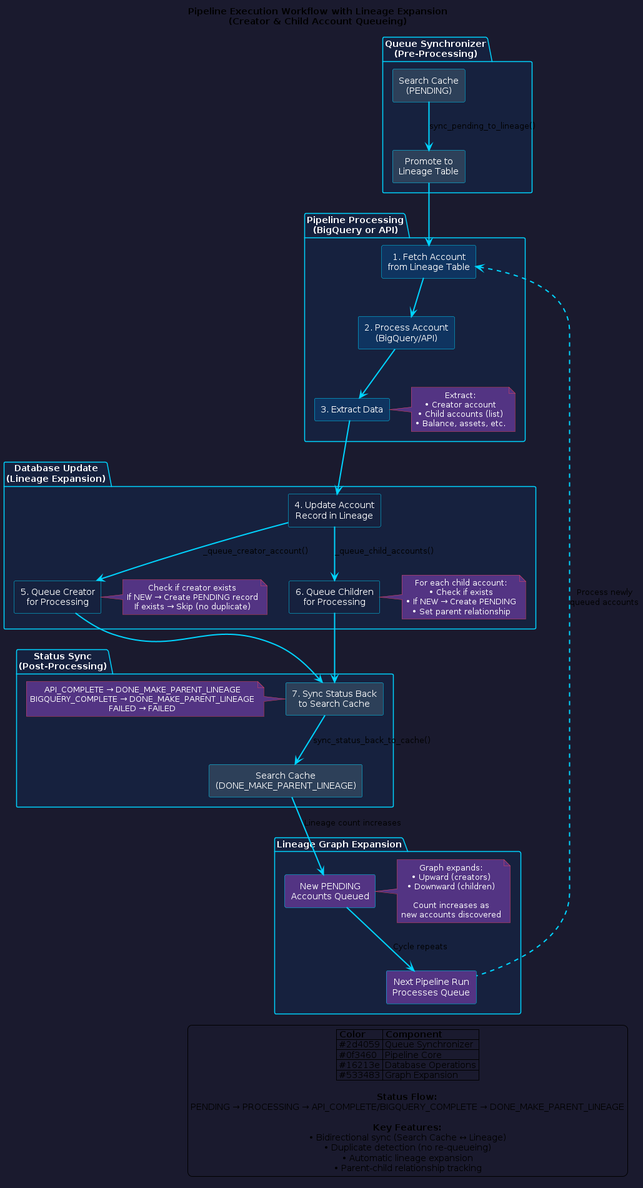
This is diagrams/10_pipeline_execution_workflow.png from areveur51/StellarMapWeb, a PlantUML export, as it was before one commit. Source of this version:
```plantuml
@startuml Pipeline Execution Workflow
!define RECTANGLE class

skinparam backgroundColor #1a1a2e
skinparam defaultTextAlignment center
skinparam ArrowColor #00d4ff
skinparam ArrowThickness 2

skinparam package {
  BackgroundColor #16213e
  BorderColor #00d4ff
  FontColor #ffffff
}

skinparam rectangle {
  BackgroundColor #0f3460
  BorderColor #00d4ff
  FontColor #ffffff
}

skinparam note {
  BackgroundColor #533483
  BorderColor #e94560
  FontColor #ffffff
}

title Pipeline Execution Workflow with Lineage Expansion\n(Creator & Child Account Queueing)

package "Queue Synchronizer\n(Pre-Processing)" {
  rectangle "Search Cache\n(PENDING)" as SearchCache #2d4059
  rectangle "Promote to\nLineage Table" as Promote #2d4059
  SearchCache -down-> Promote : sync_pending_to_lineage()
}

package "Pipeline Processing\n(BigQuery or API)" {
  rectangle "1. Fetch Account\nfrom Lineage Table" as Fetch #0f3460
  rectangle "2. Process Account\n(BigQuery/API)" as Process #0f3460
  rectangle "3. Extract Data" as Extract #0f3460

  Promote -down-> Fetch
  Fetch -down-> Process
  Process -down-> Extract

  note right of Extract
    Extract:
    • Creator account
    • Child accounts (list)
    • Balance, assets, etc.
  end note
}

package "Database Update\n(Lineage Expansion)" {
  rectangle "4. Update Account\nRecord in Lineage" as Update #16213e
  rectangle "5. Queue Creator\nfor Processing" as QueueCreator #16213e
  rectangle "6. Queue Children\nfor Processing" as QueueChildren #16213e

  Extract -down-> Update
  Update -down-> QueueCreator : _queue_creator_account()
  Update -down-> QueueChildren : _queue_child_accounts()

  note right of QueueCreator
    Check if creator exists
    If NEW → Create PENDING record
    If exists → Skip (no duplicate)
  end note

  note right of QueueChildren
    For each child account:
    • Check if exists
    • If NEW → Create PENDING
    • Set parent relationship
  end note
}

package "Status Sync\n(Post-Processing)" {
  rectangle "7. Sync Status Back\nto Search Cache" as SyncBack #2d4059
  rectangle "Search Cache\n(DONE_MAKE_PARENT_LINEAGE)" as CacheUpdated #2d4059

  QueueCreator -down-> SyncBack
  QueueChildren -down-> SyncBack
  SyncBack -down-> CacheUpdated : sync_status_back_to_cache()

  note left of SyncBack
    API_COMPLETE → DONE_MAKE_PARENT_LINEAGE
    BIGQUERY_COMPLETE → DONE_MAKE_PARENT_LINEAGE
    FAILED → FAILED
  end note
}

package "Lineage Graph Expansion" {
  rectangle "New PENDING\nAccounts Queued" as NewAccounts #533483
  rectangle "Next Pipeline Run\nProcesses Queue" as NextRun #533483

  CacheUpdated -down-> NewAccounts : Lineage count increases
  NewAccounts -down-> NextRun : Cycle repeats

  note right of NewAccounts
    Graph expands:
    • Upward (creators)
    • Downward (children)

    Count increases as
    new accounts discovered
  end note
}

NextRun .up.> Fetch : Process newly\nqueued accounts

legend right
  |= Color |= Component |
  | #2d4059 | Queue Synchronizer |
  | #0f3460 | Pipeline Core |
  | #16213e | Database Operations |
  | #533483 | Graph Expansion |

  **Status Flow:**
  PENDING → PROCESSING → API_COMPLETE/BIGQUERY_COMPLETE → DONE_MAKE_PARENT_LINEAGE

  **Key Features:**
  • Bidirectional sync (Search Cache ↔ Lineage)
  • Duplicate detection (no re-queueing)
  • Automatic lineage expansion
  • Parent-child relationship tracking
endlegend

@enduml
```
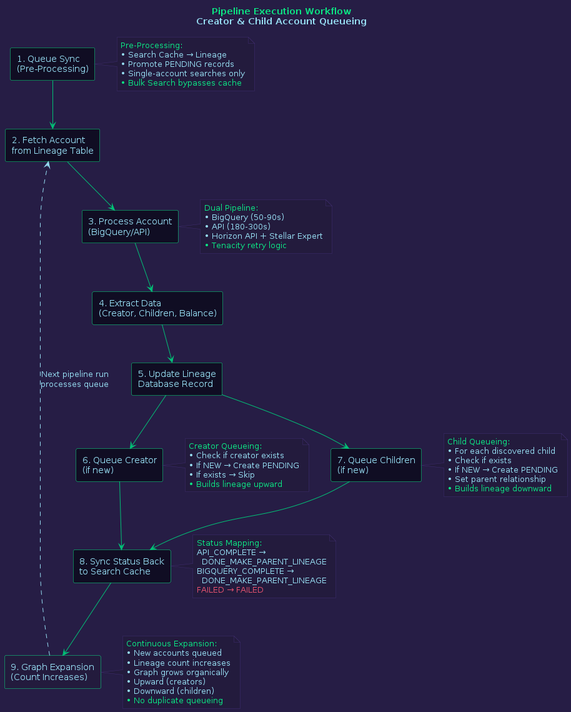
The same file after the commit.

Diff of the diagram source:
```diff
@@ -1,126 +1,102 @@
-@startuml Pipeline Execution Workflow
-!define RECTANGLE class
+@startuml 10_pipeline_execution_workflow
 
-skinparam backgroundColor #1a1a2e
-skinparam defaultTextAlignment center
-skinparam ArrowColor #00d4ff
-skinparam ArrowThickness 2
+skinparam backgroundColor #261D45
+skinparam defaultFontColor #96DDF2
+
+skinparam rectangle {
+  BackgroundColor #100D23
+  BorderColor #0BE784
+  FontColor #96DDF2
+  ArrowColor #01C176
+}
 
 skinparam package {
-  BackgroundColor #16213e
-  BorderColor #00d4ff
-  FontColor #ffffff
-}
-
-skinparam rectangle {
-  BackgroundColor #0f3460
-  BorderColor #00d4ff
-  FontColor #ffffff
+  BackgroundColor #231B3D
+  BorderColor #3f2c70
+  FontColor #96DDF2
 }
 
 skinparam note {
-  BackgroundColor #533483
-  BorderColor #e94560
-  FontColor #ffffff
+  BackgroundColor #231B3D
+  BorderColor #3f2c70
+  FontColor #96DDF2
 }
 
-title Pipeline Execution Workflow with Lineage Expansion\n(Creator & Child Account Queueing)
+title <color:#0BE784>Pipeline Execution Workflow\n<color:#96DDF2>Creator & Child Account Queueing
 
-package "Queue Synchronizer\n(Pre-Processing)" {
-  rectangle "Search Cache\n(PENDING)" as SearchCache #2d4059
-  rectangle "Promote to\nLineage Table" as Promote #2d4059
-  SearchCache -down-> Promote : sync_pending_to_lineage()
-}
+top to bottom direction
 
-package "Pipeline Processing\n(BigQuery or API)" {
-  rectangle "1. Fetch Account\nfrom Lineage Table" as Fetch #0f3460
-  rectangle "2. Process Account\n(BigQuery/API)" as Process #0f3460
-  rectangle "3. Extract Data" as Extract #0f3460
+rectangle "1. Queue Sync\n(Pre-Processing)" as QueueSync #100D23
+rectangle "2. Fetch Account\nfrom Lineage Table" as Fetch #100D23
+rectangle "3. Process Account\n(BigQuery/API)" as Process #100D23
+rectangle "4. Extract Data\n(Creator, Children, Balance)" as Extract #100D23
+rectangle "5. Update Lineage\nDatabase Record" as Update #100D23
+rectangle "6. Queue Creator\n(if new)" as QueueCreator #100D23
+rectangle "7. Queue Children\n(if new)" as QueueChildren #100D23
+rectangle "8. Sync Status Back\nto Search Cache" as SyncBack #100D23
+rectangle "9. Graph Expansion\n(Count Increases)" as Expansion #231B3D
 
-  Promote -down-> Fetch
-  Fetch -down-> Process
-  Process -down-> Extract
+QueueSync -[#01C176]-> Fetch
+Fetch -[#01C176]-> Process
+Process -[#01C176]-> Extract
+Extract -[#01C176]-> Update
+Update -[#01C176]-> QueueCreator
+Update -[#01C176]-> QueueChildren
+QueueCreator -[#01C176]-> SyncBack
+QueueChildren -[#01C176]-> SyncBack
+SyncBack -[#01C176]-> Expansion
+Expansion -[#96DDF2,dashed]-> Fetch : "<color:#96DDF2>Next pipeline run\nprocesses queue"
 
-  note right of Extract
-    Extract:
-    • Creator account
-    • Child accounts (list)
-    • Balance, assets, etc.
-  end note
-}
+note right of QueueSync #231B3D
+  <color:#0BE784>Pre-Processing:
+  <color:#96DDF2>• Search Cache → Lineage
+  <color:#96DDF2>• Promote PENDING records
+  <color:#96DDF2>• Single-account searches only
+  <color:#0BE784>• Bulk Search bypasses cache
+end note
 
-package "Database Update\n(Lineage Expansion)" {
-  rectangle "4. Update Account\nRecord in Lineage" as Update #16213e
-  rectangle "5. Queue Creator\nfor Processing" as QueueCreator #16213e
-  rectangle "6. Queue Children\nfor Processing" as QueueChildren #16213e
+note right of Process #231B3D
+  <color:#0BE784>Dual Pipeline:
+  <color:#96DDF2>• BigQuery (50-90s)
+  <color:#96DDF2>• API (180-300s)
+  <color:#96DDF2>• Horizon API + Stellar Expert
+  <color:#0BE784>• Tenacity retry logic
+end note
 
-  Extract -down-> Update
-  Update -down-> QueueCreator : _queue_creator_account()
-  Update -down-> QueueChildren : _queue_child_accounts()
+note right of QueueCreator #231B3D
+  <color:#0BE784>Creator Queueing:
+  <color:#96DDF2>• Check if creator exists
+  <color:#96DDF2>• If NEW → Create PENDING
+  <color:#96DDF2>• If exists → Skip
+  <color:#0BE784>• Builds lineage upward
+end note
 
-  note right of QueueCreator
-    Check if creator exists
-    If NEW → Create PENDING record
-    If exists → Skip (no duplicate)
-  end note
+note right of QueueChildren #231B3D
+  <color:#0BE784>Child Queueing:
+  <color:#96DDF2>• For each discovered child
+  <color:#96DDF2>• Check if exists
+  <color:#96DDF2>• If NEW → Create PENDING
+  <color:#96DDF2>• Set parent relationship
+  <color:#0BE784>• Builds lineage downward
+end note
 
-  note right of QueueChildren
-    For each child account:
-    • Check if exists
-    • If NEW → Create PENDING
-    • Set parent relationship
-  end note
-}
+note right of SyncBack #231B3D
+  <color:#0BE784>Status Mapping:
+  <color:#96DDF2>API_COMPLETE →
+  <color:#96DDF2>  DONE_MAKE_PARENT_LINEAGE
+  <color:#96DDF2>BIGQUERY_COMPLETE →
+  <color:#96DDF2>  DONE_MAKE_PARENT_LINEAGE
+  <color:#E5526F>FAILED → FAILED
+end note
 
-package "Status Sync\n(Post-Processing)" {
-  rectangle "7. Sync Status Back\nto Search Cache" as SyncBack #2d4059
-  rectangle "Search Cache\n(DONE_MAKE_PARENT_LINEAGE)" as CacheUpdated #2d4059
-
-  QueueCreator -down-> SyncBack
-  QueueChildren -down-> SyncBack
-  SyncBack -down-> CacheUpdated : sync_status_back_to_cache()
-
-  note left of SyncBack
-    API_COMPLETE → DONE_MAKE_PARENT_LINEAGE
-    BIGQUERY_COMPLETE → DONE_MAKE_PARENT_LINEAGE
-    FAILED → FAILED
-  end note
-}
-
-package "Lineage Graph Expansion" {
-  rectangle "New PENDING\nAccounts Queued" as NewAccounts #533483
-  rectangle "Next Pipeline Run\nProcesses Queue" as NextRun #533483
-
-  CacheUpdated -down-> NewAccounts : Lineage count increases
-  NewAccounts -down-> NextRun : Cycle repeats
-
-  note right of NewAccounts
-    Graph expands:
-    • Upward (creators)
-    • Downward (children)
-
-    Count increases as
-    new accounts discovered
-  end note
-}
-
-NextRun .up.> Fetch : Process newly\nqueued accounts
-
-legend right
-  |= Color |= Component |
-  | #2d4059 | Queue Synchronizer |
-  | #0f3460 | Pipeline Core |
-  | #16213e | Database Operations |
-  | #533483 | Graph Expansion |
-
-  **Status Flow:**
-  PENDING → PROCESSING → API_COMPLETE/BIGQUERY_COMPLETE → DONE_MAKE_PARENT_LINEAGE
-
-  **Key Features:**
-  • Bidirectional sync (Search Cache ↔ Lineage)
-  • Duplicate detection (no re-queueing)
-  • Automatic lineage expansion
-  • Parent-child relationship tracking
-endlegend
+note right of Expansion #231B3D
+  <color:#0BE784>Continuous Expansion:
+  <color:#96DDF2>• New accounts queued
+  <color:#96DDF2>• Lineage count increases
+  <color:#96DDF2>• Graph grows organically
+  <color:#96DDF2>• Upward (creators)
+  <color:#96DDF2>• Downward (children)
+  <color:#0BE784>• No duplicate queueing
+end note
 
 @enduml
```
